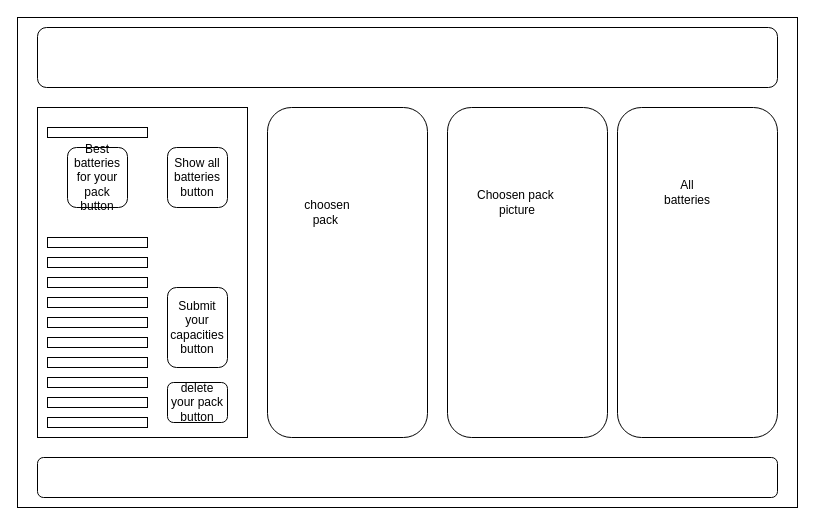
mmuller2/batterypackbuilder keeps this draw.io diagram as wireFrame.drawio. Above is the earlier version. Source tidied: cells renumbered, new cells numbered last; positions are measured from the earlier drawing's top-left corner, leaving out a move shared by most shapes. Both pictures are drawn from the tidied source at 100%, with x=0, y=0 at pixel (17, 17).
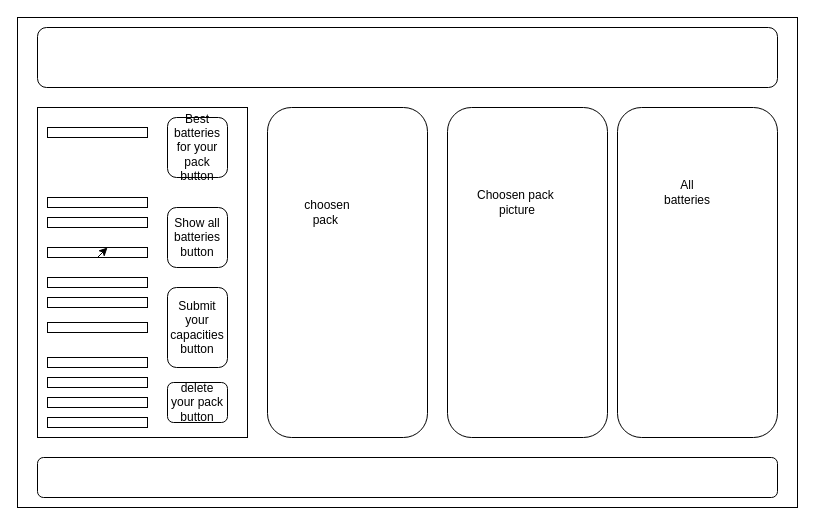
Above is the later version.

Diff of the diagram source:
```diff
@@
     <mxCell id="12" style="rounded=0;whiteSpace=wrap;html=1;" parent="1" vertex="1">
-      <mxGeometry x="30" y="220" width="100" height="10" as="geometry" />
+      <mxGeometry x="30" y="180" width="100" height="10" as="geometry" />
     </mxCell>
     <mxCell id="13" style="rounded=0;whiteSpace=wrap;html=1;" parent="1" vertex="1">
-      <mxGeometry x="30" y="240" width="100" height="10" as="geometry" />
+      <mxGeometry x="30" y="200" width="100" height="10" as="geometry" />
     </mxCell>
     <mxCell id="14" style="rounded=0;whiteSpace=wrap;html=1;" parent="1" vertex="1">
-      <mxGeometry x="30" y="260" width="100" height="10" as="geometry" />
+      <mxGeometry x="30" y="230" width="100" height="10" as="geometry" />
     </mxCell>
@@
     <mxCell id="16" style="rounded=0;whiteSpace=wrap;html=1;" parent="1" vertex="1">
-      <mxGeometry x="30" y="320" width="100" height="10" as="geometry" />
+      <mxGeometry x="30" y="305" width="100" height="10" as="geometry" />
     </mxCell>
     <mxCell id="17" style="rounded=0;whiteSpace=wrap;html=1;" parent="1" vertex="1">
-      <mxGeometry x="30" y="280" width="100" height="10" as="geometry" />
+      <mxGeometry x="30" y="260" width="100" height="10" as="geometry" />
     </mxCell>
     <mxCell id="18" style="rounded=0;whiteSpace=wrap;html=1;" parent="1" vertex="1">
-      <mxGeometry x="30" y="300" width="100" height="10" as="geometry" />
+      <mxGeometry x="30" y="280" width="100" height="10" as="geometry" />
     </mxCell>
@@
     <mxCell id="25" value="Best batteries for your pack button" style="rounded=1;whiteSpace=wrap;html=1;" parent="1" vertex="1">
-      <mxGeometry x="50" y="130" width="60" height="60" as="geometry" />
+      <mxGeometry x="150" y="100" width="60" height="60" as="geometry" />
     </mxCell>
     <mxCell id="26" value="Show all batteries button" style="rounded=1;whiteSpace=wrap;html=1;" parent="1" vertex="1">
-      <mxGeometry x="150" y="130" width="60" height="60" as="geometry" />
+      <mxGeometry x="150" y="190" width="60" height="60" as="geometry" />
     </mxCell>
+    <mxCell id="27" style="edgeStyle=none;html=1;exitX=0.5;exitY=1;exitDx=0;exitDy=0;entryX=0.6;entryY=0;entryDx=0;entryDy=0;entryPerimeter=0;" parent="1" edge="1" source="14" target="14">
+      <mxGeometry relative="1" as="geometry" />
+    </mxCell>
```
